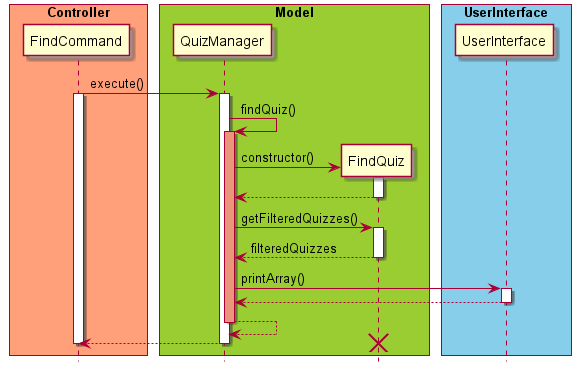
Before: docs/diagram/FindQuiz.png, a diagram exported from PlantUML (untitle4/tp).
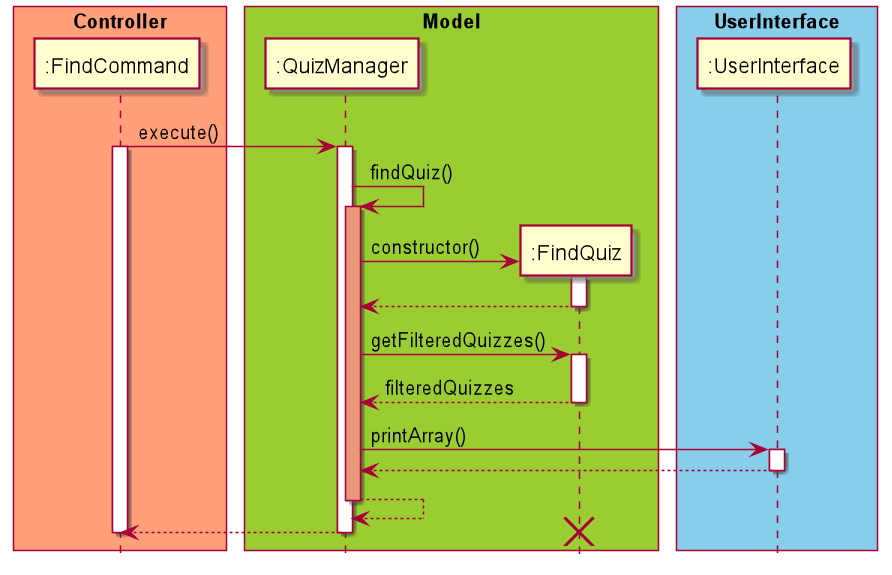
The same file after the commit.

Diff of the diagram source:
```diff
@@ -5,40 +5,40 @@
 hide footbox
 
 box "Controller" #LightSalmon
-participant FindCommand
+participant ":FindCommand"
 end box
 
 box "Model" #YellowGreen
-participant QuizManager
-participant FindQuiz
+participant ":QuizManager"
+participant ":FindQuiz"
 end box
 
 box "UserInterface" #skyblue
-participant UserInterface
+participant ":UserInterface"
 end box
 
-FindCommand -> QuizManager : execute()
-activate FindCommand
-activate QuizManager
-QuizManager -> QuizManager : findQuiz()
-activate QuizManager #DarkSalmon
-QuizManager -> FindQuiz ** : constructor()
-activate FindQuiz
-FindQuiz --> QuizManager
-deactivate FindQuiz
-QuizManager -> FindQuiz : getFilteredQuizzes()
-activate FindQuiz
-FindQuiz --> QuizManager : filteredQuizzes
-deactivate FindQuiz
-QuizManager -> UserInterface : printArray()
-activate UserInterface
-UserInterface --> QuizManager
-deactivate UserInterface
-QuizManager --> QuizManager
-deactivate QuizManager
-QuizManager --> FindCommand
-deactivate QuizManager
-deactivate FindCommand
-destroy FindQuiz
+":FindCommand" -> ":QuizManager" : execute()
+activate ":FindCommand"
+activate ":QuizManager"
+":QuizManager" -> ":QuizManager" : findQuiz()
+activate ":QuizManager" #DarkSalmon
+":QuizManager" -> ":FindQuiz" ** : constructor()
+activate ":FindQuiz"
+":FindQuiz" --> ":QuizManager"
+deactivate ":FindQuiz"
+":QuizManager" -> ":FindQuiz" : getFilteredQuizzes()
+activate ":FindQuiz"
+":FindQuiz" --> ":QuizManager" : filteredQuizzes
+deactivate ":FindQuiz"
+":QuizManager" -> ":UserInterface" : printArray()
+activate ":UserInterface"
+":UserInterface" --> ":QuizManager"
+deactivate ":UserInterface"
+":QuizManager" --> ":QuizManager"
+deactivate ":QuizManager"
+":QuizManager" --> ":FindCommand"
+deactivate ":QuizManager"
+deactivate ":FindCommand"
+destroy ":FindQuiz"
 
 @enduml
```
